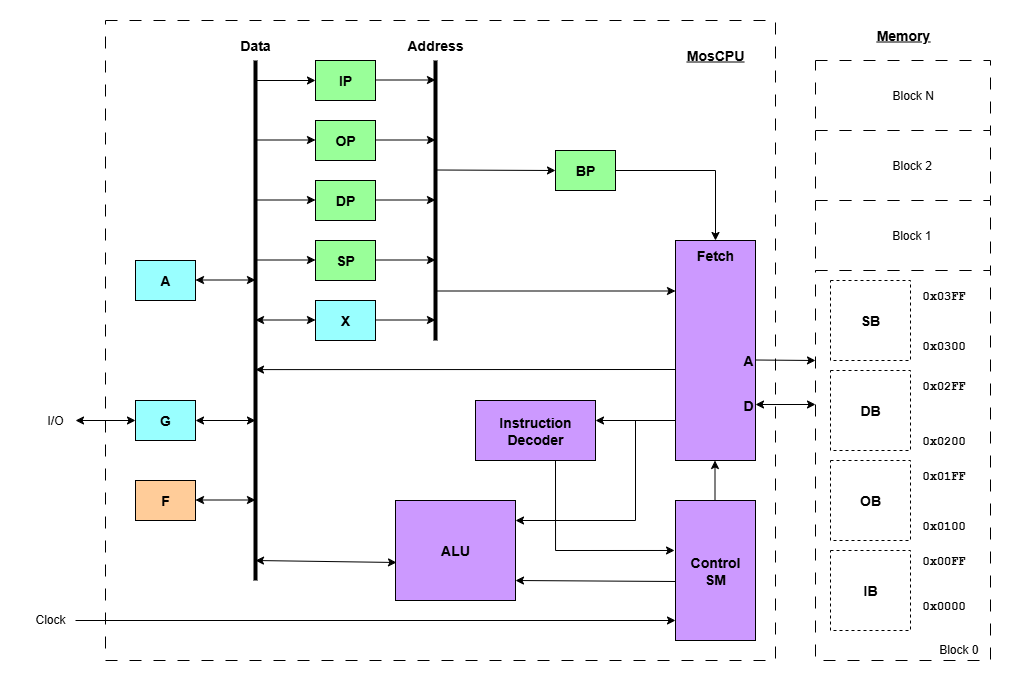
The draw.io diagram dev/mos_cpu/MosCPU-Architecture.png in dervish77/adgf, before a commit. Source tidied: cells renumbered, new cells last; positions are measured from the earlier drawing's top-left corner, leaving out a move shared by most shapes.
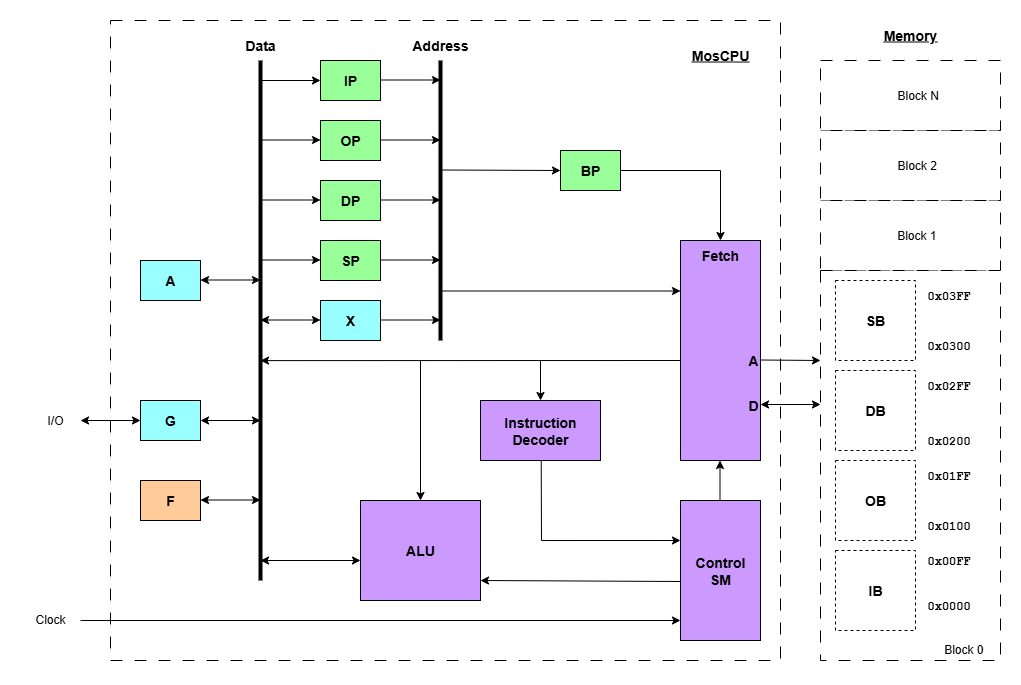
The same diagram one commit later.

Commit message:
reformatted connection from Fetch to other blocks

Diff of the diagram source:
```diff
@@ -3,13 +3,13 @@
     <mxCell id="0" />
     <mxCell id="1" parent="0" />
     <mxCell id="2" style="rounded=0;whiteSpace=wrap;html=1;dashed=1;dashPattern=12 12;" parent="1" vertex="1">
-      <mxGeometry x="795" y="180" width="175" height="70" as="geometry" />
+      <mxGeometry x="795" y="180" width="180" height="70" as="geometry" />
     </mxCell>
     <mxCell id="3" style="rounded=0;whiteSpace=wrap;html=1;dashed=1;dashPattern=12 12;" parent="1" vertex="1">
-      <mxGeometry x="795" y="110" width="175" height="70" as="geometry" />
+      <mxGeometry x="795" y="110" width="180" height="70" as="geometry" />
     </mxCell>
     <mxCell id="4" style="rounded=0;whiteSpace=wrap;html=1;dashed=1;dashPattern=12 12;" parent="1" vertex="1">
-      <mxGeometry x="795" y="250" width="175" height="390" as="geometry" />
+      <mxGeometry x="795" y="250" width="180" height="390" as="geometry" />
     </mxCell>
     <mxCell id="5" style="rounded=0;whiteSpace=wrap;html=1;dashed=1;dashPattern=12 12;" parent="1" vertex="1">
       <mxGeometry x="85" width="670" height="640" as="geometry" />
@@ -57,7 +57,7 @@
       <mxGeometry x="115" y="460" width="60" height="40" as="geometry" />
     </mxCell>
     <mxCell id="20" value="&lt;font style=&quot;font-size: 14px;&quot;&gt;&lt;b&gt;ALU&lt;/b&gt;&lt;/font&gt;" style="rounded=0;whiteSpace=wrap;html=1;fillColor=#CC99FF;" parent="1" vertex="1">
-      <mxGeometry x="375" y="480" width="120" height="100" as="geometry" />
+      <mxGeometry x="335" y="480" width="120" height="100" as="geometry" />
     </mxCell>
     <mxCell id="21" value="&lt;font style=&quot;font-size: 14px;&quot;&gt;&lt;b&gt;Instruction&lt;/b&gt;&lt;/font&gt;&lt;div&gt;&lt;font style=&quot;font-size: 14px;&quot;&gt;&lt;b&gt;Decoder&lt;/b&gt;&lt;/font&gt;&lt;/div&gt;" style="rounded=0;whiteSpace=wrap;html=1;fillColor=#CC99FF;" parent="1" vertex="1">
       <mxGeometry x="455" y="380" width="120" height="60" as="geometry" />
@@ -151,16 +151,10 @@
         <mxPoint x="295" y="299.5" as="targetPoint" />
       </mxGeometry>
     </mxCell>
-    <mxCell id="40" style="endArrow=classic;html=1;rounded=0;" parent="1" edge="1">
-      <mxGeometry relative="1" as="geometry">
-        <mxPoint x="655" y="400" as="sourcePoint" />
-        <mxPoint x="575" y="400" as="targetPoint" />
-      </mxGeometry>
-    </mxCell>
     <mxCell id="41" style="endArrow=classic;html=1;rounded=0;" parent="1" edge="1">
       <mxGeometry relative="1" as="geometry">
         <mxPoint x="655" y="561" as="sourcePoint" />
-        <mxPoint x="495" y="560" as="targetPoint" />
+        <mxPoint x="455" y="560" as="targetPoint" />
       </mxGeometry>
     </mxCell>
     <mxCell id="42" style="endArrow=classic;html=1;rounded=0;" parent="1" edge="1">
@@ -172,31 +166,19 @@
     <mxCell id="43" style="endArrow=classic;startArrow=classic;html=1;rounded=0;" parent="1" edge="1">
       <mxGeometry relative="1" as="geometry">
         <mxPoint x="235" y="540" as="sourcePoint" />
-        <mxPoint x="376" y="542" as="targetPoint" />
+        <mxPoint x="335" y="540" as="targetPoint" />
       </mxGeometry>
     </mxCell>
-    <mxCell id="44" style="endArrow=none;html=1;rounded=0;" parent="1" edge="1">
-      <mxGeometry relative="1" as="geometry">
-        <mxPoint x="615" y="500" as="sourcePoint" />
-        <mxPoint x="615" y="400" as="targetPoint" />
-      </mxGeometry>
-    </mxCell>
-    <mxCell id="45" style="endArrow=classic;html=1;rounded=0;" parent="1" edge="1">
-      <mxGeometry relative="1" as="geometry">
-        <mxPoint x="615" y="500" as="sourcePoint" />
-        <mxPoint x="495" y="500" as="targetPoint" />
-      </mxGeometry>
-    </mxCell>
     <mxCell id="46" style="endArrow=classic;html=1;rounded=0;entryX=0;entryY=0.5;entryDx=0;entryDy=0;startArrow=classic;startFill=1;" parent="1" edge="1" target="18">
       <mxGeometry relative="1" as="geometry">
         <mxPoint x="55" y="400" as="sourcePoint" />
       </mxGeometry>
     </mxCell>
     <mxCell id="47" value="&lt;font&gt;&lt;b&gt;&lt;u&gt;Memory&lt;/u&gt;&lt;/b&gt;&lt;/font&gt;" style="text;html=1;align=center;verticalAlign=middle;whiteSpace=wrap;rounded=0;fontSize=14;" parent="1" vertex="1">
-      <mxGeometry x="852.5" width="60" height="30" as="geometry" />
+      <mxGeometry x="855" width="60" height="30" as="geometry" />
     </mxCell>
     <mxCell id="48" value="I/O" style="text;html=1;align=center;verticalAlign=middle;whiteSpace=wrap;rounded=0;" parent="1" vertex="1">
-      <mxGeometry x="5" y="385" width="60" height="30" as="geometry" />
+      <mxGeometry y="385" width="60" height="30" as="geometry" />
     </mxCell>
     <mxCell id="49" value="&lt;font&gt;&lt;b&gt;&lt;u&gt;MosCPU&lt;/u&gt;&lt;/b&gt;&lt;/font&gt;" style="text;html=1;align=center;verticalAlign=middle;whiteSpace=wrap;rounded=0;fontSize=14;" parent="1" vertex="1">
       <mxGeometry x="665" y="20" width="60" height="30" as="geometry" />
@@ -208,17 +190,18 @@
       </mxGeometry>
     </mxCell>
     <mxCell id="51" value="Clock" style="text;html=1;align=center;verticalAlign=middle;whiteSpace=wrap;rounded=0;" parent="1" vertex="1">
-      <mxGeometry y="584" width="60" height="30" as="geometry" />
+      <mxGeometry x="-5" y="584" width="60" height="30" as="geometry" />
     </mxCell>
-    <mxCell id="52" style="endArrow=classic;html=1;rounded=0;entryX=-0.012;entryY=0.357;entryDx=0;entryDy=0;entryPerimeter=0;" parent="1" edge="1" target="23">
+    <mxCell id="52" style="endArrow=classic;html=1;rounded=0;entryX=-0.012;entryY=0.357;entryDx=0;entryDy=0;entryPerimeter=0;" parent="1" edge="1">
       <mxGeometry relative="1" as="geometry">
-        <mxPoint x="535" y="530" as="sourcePoint" />
+        <mxPoint x="516" y="520" as="sourcePoint" />
+        <mxPoint x="655" y="520" as="targetPoint" />
       </mxGeometry>
     </mxCell>
     <mxCell id="53" style="endArrow=none;html=1;rounded=0;entryX=0.833;entryY=1;entryDx=0;entryDy=0;entryPerimeter=0;" parent="1" edge="1">
       <mxGeometry relative="1" as="geometry">
-        <mxPoint x="535" y="530" as="sourcePoint" />
-        <mxPoint x="535" y="440" as="targetPoint" />
+        <mxPoint x="516" y="520" as="sourcePoint" />
+        <mxPoint x="515.7" y="440" as="targetPoint" />
       </mxGeometry>
     </mxCell>
     <mxCell id="54" value="&lt;font style=&quot;font-size: 14px;&quot;&gt;&lt;b&gt;SP&lt;/b&gt;&lt;/font&gt;" style="rounded=0;whiteSpace=wrap;html=1;fillColor=#99FF99;" parent="1" vertex="1">
@@ -296,8 +279,8 @@
     </mxCell>
     <mxCell id="70" style="endArrow=classic;html=1;rounded=0;exitX=0;exitY=0.545;exitDx=0;exitDy=0;exitPerimeter=0;" parent="1" edge="1">
       <mxGeometry relative="1" as="geometry">
-        <mxPoint x="655" y="349" as="sourcePoint" />
-        <mxPoint x="235" y="349.1" as="targetPoint" />
+        <mxPoint x="655" y="340" as="sourcePoint" />
+        <mxPoint x="235" y="340.1" as="targetPoint" />
       </mxGeometry>
     </mxCell>
     <mxCell id="71" value="Block 0" style="text;html=1;align=right;verticalAlign=middle;whiteSpace=wrap;rounded=0;" parent="1" vertex="1">
@@ -310,10 +293,20 @@
       <mxGeometry x="870" y="130" width="60" height="30" as="geometry" />
     </mxCell>
     <mxCell id="74" style="rounded=0;whiteSpace=wrap;html=1;dashed=1;dashPattern=12 12;" parent="1" vertex="1">
-      <mxGeometry x="795" y="40" width="175" height="70" as="geometry" />
+      <mxGeometry x="795" y="40" width="180" height="70" as="geometry" />
     </mxCell>
     <mxCell id="75" value="Block N" style="text;html=1;align=left;verticalAlign=middle;whiteSpace=wrap;rounded=0;" parent="1" vertex="1">
       <mxGeometry x="870" y="60" width="60" height="30" as="geometry" />
     </mxCell>
+    <mxCell id="76" style="endArrow=classic;html=1;rounded=0;entryX=0.5;entryY=0;entryDx=0;entryDy=0;" parent="1" edge="1" target="21">
+      <mxGeometry relative="1" as="geometry">
+        <mxPoint x="515" y="340" as="sourcePoint" />
+      </mxGeometry>
+    </mxCell>
+    <mxCell id="77" style="endArrow=classic;html=1;rounded=0;entryX=0.5;entryY=0;entryDx=0;entryDy=0;" parent="1" edge="1" target="20">
+      <mxGeometry relative="1" as="geometry">
+        <mxPoint x="395" y="340" as="sourcePoint" />
+      </mxGeometry>
+    </mxCell>
   </root>
 </mxGraphModel>
```
